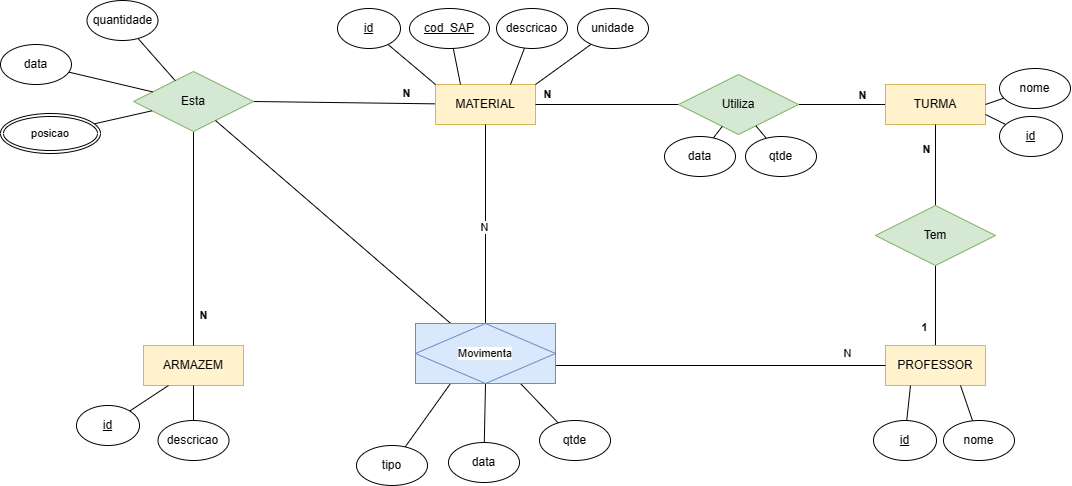
Before: ModelosDb/Oficinamec_v1.drawio.png, a diagram exported from draw.io (FelipeOropeza/OficinaMecanicaSenai). Source tidied: cells renumbered, new cells last; positions are measured from the earlier drawing's top-left corner, leaving out a move shared by most shapes.
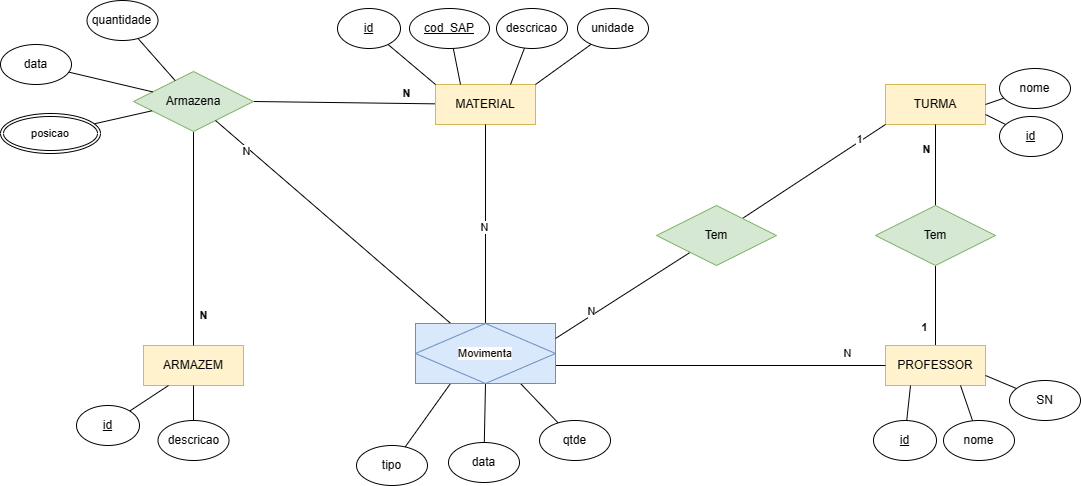
The same file after the commit.

The edit, as a diff of the source:
```diff
@@ -27,14 +27,6 @@
     <mxCell id="8" value="MATERIAL" style="whiteSpace=wrap;html=1;align=center;fillColor=#fff2cc;strokeColor=#d6b656;" parent="1" vertex="1">
       <mxGeometry x="435" y="84" width="100" height="40" as="geometry" />
     </mxCell>
-    <mxCell id="9" style="edgeStyle=none;rounded=0;jettySize=auto;html=1;entryX=1;entryY=0.5;entryDx=0;entryDy=0;strokeColor=default;align=center;verticalAlign=middle;fontFamily=Helvetica;fontSize=11;fontColor=default;labelBackgroundColor=default;endArrow=none;endFill=0;" parent="1" edge="1" source="11" target="42">
-      <mxGeometry relative="1" as="geometry" />
-    </mxCell>
-    <mxCell id="10" value="N" style="edgeLabel;html=1;align=center;verticalAlign=middle;fontFamily=Helvetica;fontSize=11;fontColor=default;labelBackgroundColor=default;fontStyle=1;" parent="9" vertex="1">
-      <mxGeometry x="-0.46" relative="1" as="geometry">
-        <mxPoint y="-10" as="offset" />
-      </mxGeometry>
-    </mxCell>
     <mxCell id="11" value="TURMA" style="whiteSpace=wrap;html=1;align=center;fillColor=#fff2cc;strokeColor=#d6b656;" parent="1" vertex="1">
       <mxGeometry x="885" y="84" width="100" height="40" as="geometry" />
     </mxCell>
@@ -46,7 +38,7 @@
         <mxPoint x="7" y="106" as="offset" />
       </mxGeometry>
     </mxCell>
-    <mxCell id="14" value="Esta" style="shape=rhombus;perimeter=rhombusPerimeter;whiteSpace=wrap;html=1;align=center;fillColor=#d5e8d4;strokeColor=#82b366;" parent="1" vertex="1">
+    <mxCell id="14" value="Armazena" style="shape=rhombus;perimeter=rhombusPerimeter;whiteSpace=wrap;html=1;align=center;fillColor=#d5e8d4;strokeColor=#82b366;" parent="1" vertex="1">
       <mxGeometry x="133" y="71" width="120" height="60" as="geometry" />
     </mxCell>
     <mxCell id="15" style="edgeStyle=none;rounded=0;jettySize=auto;html=1;entryX=0.5;entryY=1;entryDx=0;entryDy=0;strokeColor=default;align=center;verticalAlign=middle;fontFamily=Helvetica;fontSize=11;fontColor=default;labelBackgroundColor=default;endArrow=none;endFill=0;" parent="1" edge="1" source="17" target="11">
@@ -126,17 +118,6 @@
     <mxCell id="39" value="quantidade" style="ellipse;whiteSpace=wrap;html=1;align=center;" parent="1" vertex="1">
       <mxGeometry x="86.5" width="71" height="40" as="geometry" />
     </mxCell>
-    <mxCell id="40" style="edgeStyle=none;rounded=0;jettySize=auto;html=1;entryX=1;entryY=0.5;entryDx=0;entryDy=0;strokeColor=default;align=center;verticalAlign=middle;fontFamily=Helvetica;fontSize=11;fontColor=default;labelBackgroundColor=default;endArrow=none;endFill=0;exitX=0;exitY=0.5;exitDx=0;exitDy=0;" parent="1" edge="1" source="42" target="8">
-      <mxGeometry relative="1" as="geometry" />
-    </mxCell>
-    <mxCell id="41" value="N" style="edgeLabel;html=1;align=center;verticalAlign=middle;fontFamily=Helvetica;fontSize=11;fontColor=default;labelBackgroundColor=default;fontStyle=1;" parent="40" vertex="1">
-      <mxGeometry x="0.11" y="-3" relative="1" as="geometry">
-        <mxPoint x="-53" y="-8" as="offset" />
-      </mxGeometry>
-    </mxCell>
-    <mxCell id="42" value="Utiliza" style="shape=rhombus;perimeter=rhombusPerimeter;whiteSpace=wrap;html=1;align=center;fillColor=#d5e8d4;strokeColor=#82b366;" parent="1" vertex="1">
-      <mxGeometry x="678" y="74" width="120" height="60" as="geometry" />
-    </mxCell>
     <mxCell id="43" style="edgeStyle=none;rounded=0;jettySize=auto;html=1;entryX=0.5;entryY=1;entryDx=0;entryDy=0;strokeColor=default;align=center;verticalAlign=middle;fontFamily=Helvetica;fontSize=11;fontColor=default;labelBackgroundColor=default;endArrow=none;endFill=0;" parent="1" edge="1" target="8">
       <mxGeometry relative="1" as="geometry">
         <mxPoint x="485" y="335" as="sourcePoint" />
@@ -173,18 +154,6 @@
     <mxCell id="52" value="tipo" style="ellipse;whiteSpace=wrap;html=1;align=center;" parent="1" vertex="1">
       <mxGeometry x="356" y="445" width="71" height="40" as="geometry" />
     </mxCell>
-    <mxCell id="53" style="edgeStyle=none;rounded=0;jettySize=auto;html=1;strokeColor=default;align=center;verticalAlign=middle;fontFamily=Helvetica;fontSize=11;fontColor=default;labelBackgroundColor=default;endArrow=none;endFill=0;" parent="1" edge="1" source="54" target="42">
-      <mxGeometry relative="1" as="geometry" />
-    </mxCell>
-    <mxCell id="54" value="data" style="ellipse;whiteSpace=wrap;html=1;align=center;" parent="1" vertex="1">
-      <mxGeometry x="664" y="136" width="71" height="40" as="geometry" />
-    </mxCell>
-    <mxCell id="55" style="edgeStyle=none;rounded=0;jettySize=auto;html=1;strokeColor=default;align=center;verticalAlign=middle;fontFamily=Helvetica;fontSize=11;fontColor=default;labelBackgroundColor=default;endArrow=none;endFill=0;" parent="1" edge="1" source="56" target="42">
-      <mxGeometry relative="1" as="geometry" />
-    </mxCell>
-    <mxCell id="56" value="qtde" style="ellipse;whiteSpace=wrap;html=1;align=center;" parent="1" vertex="1">
-      <mxGeometry x="745" y="136" width="71" height="40" as="geometry" />
-    </mxCell>
     <mxCell id="57" style="edgeStyle=none;rounded=0;jettySize=auto;html=1;strokeColor=default;align=center;verticalAlign=middle;fontFamily=Helvetica;fontSize=11;fontColor=default;labelBackgroundColor=default;endArrow=none;endFill=0;" parent="1" edge="1" source="58" target="14">
       <mxGeometry relative="1" as="geometry" />
     </mxCell>
@@ -200,8 +169,32 @@
     <mxCell id="61" style="edgeStyle=none;rounded=0;jettySize=auto;html=1;strokeColor=default;align=center;verticalAlign=middle;fontFamily=Helvetica;fontSize=11;fontColor=default;labelBackgroundColor=default;endArrow=none;endFill=0;" parent="1" edge="1" source="62" target="14">
       <mxGeometry relative="1" as="geometry" />
     </mxCell>
+    <mxCell id="63" value="N" style="edgeLabel;html=1;align=center;verticalAlign=middle;fontFamily=Helvetica;fontSize=11;fontColor=default;labelBackgroundColor=default;" parent="61" vertex="1">
+      <mxGeometry x="0.72" y="3" relative="1" as="geometry" />
+    </mxCell>
     <mxCell id="62" value="Movimenta" style="shape=associativeEntity;whiteSpace=wrap;html=1;align=center;fontFamily=Helvetica;fontSize=11;labelBackgroundColor=default;fillColor=#dae8fc;strokeColor=#6c8ebf;" parent="1" vertex="1">
       <mxGeometry x="415" y="323" width="140" height="60" as="geometry" />
     </mxCell>
+    <mxCell id="64" style="edgeStyle=none;rounded=0;jettySize=auto;html=1;entryX=0;entryY=1;entryDx=0;entryDy=0;strokeColor=default;align=center;verticalAlign=middle;fontFamily=Helvetica;fontSize=11;fontColor=default;labelBackgroundColor=default;endArrow=none;endFill=0;" parent="1" edge="1" source="68" target="11">
+      <mxGeometry relative="1" as="geometry" />
+    </mxCell>
+    <mxCell id="65" value="1" style="edgeLabel;html=1;align=center;verticalAlign=middle;fontFamily=Helvetica;fontSize=11;fontColor=default;labelBackgroundColor=default;" parent="64" vertex="1">
+      <mxGeometry x="0.65" y="2" relative="1" as="geometry" />
+    </mxCell>
+    <mxCell id="66" style="edgeStyle=none;rounded=0;jettySize=auto;html=1;entryX=1;entryY=0.25;entryDx=0;entryDy=0;strokeColor=default;align=center;verticalAlign=middle;fontFamily=Helvetica;fontSize=11;fontColor=default;labelBackgroundColor=default;endArrow=none;endFill=0;" parent="1" edge="1" source="68" target="62">
+      <mxGeometry relative="1" as="geometry" />
+    </mxCell>
+    <mxCell id="67" value="N" style="edgeLabel;html=1;align=center;verticalAlign=middle;fontFamily=Helvetica;fontSize=11;fontColor=default;labelBackgroundColor=default;" parent="66" vertex="1">
+      <mxGeometry x="0.44" y="-4" relative="1" as="geometry" />
+    </mxCell>
+    <mxCell id="68" value="Tem" style="shape=rhombus;perimeter=rhombusPerimeter;whiteSpace=wrap;html=1;align=center;fillColor=#d5e8d4;strokeColor=#82b366;" parent="1" vertex="1">
+      <mxGeometry x="656" y="205" width="120" height="60" as="geometry" />
+    </mxCell>
+    <mxCell id="69" style="edgeStyle=none;rounded=0;jettySize=auto;html=1;entryX=1;entryY=0.75;entryDx=0;entryDy=0;strokeColor=default;align=center;verticalAlign=middle;fontFamily=Helvetica;fontSize=11;fontColor=default;labelBackgroundColor=default;endArrow=none;endFill=0;" parent="1" edge="1" source="70" target="4">
+      <mxGeometry relative="1" as="geometry" />
+    </mxCell>
+    <mxCell id="70" value="SN" style="ellipse;whiteSpace=wrap;html=1;align=center;" parent="1" vertex="1">
+      <mxGeometry x="1009" y="380" width="71" height="40" as="geometry" />
+    </mxCell>
   </root>
 </mxGraphModel>
```
